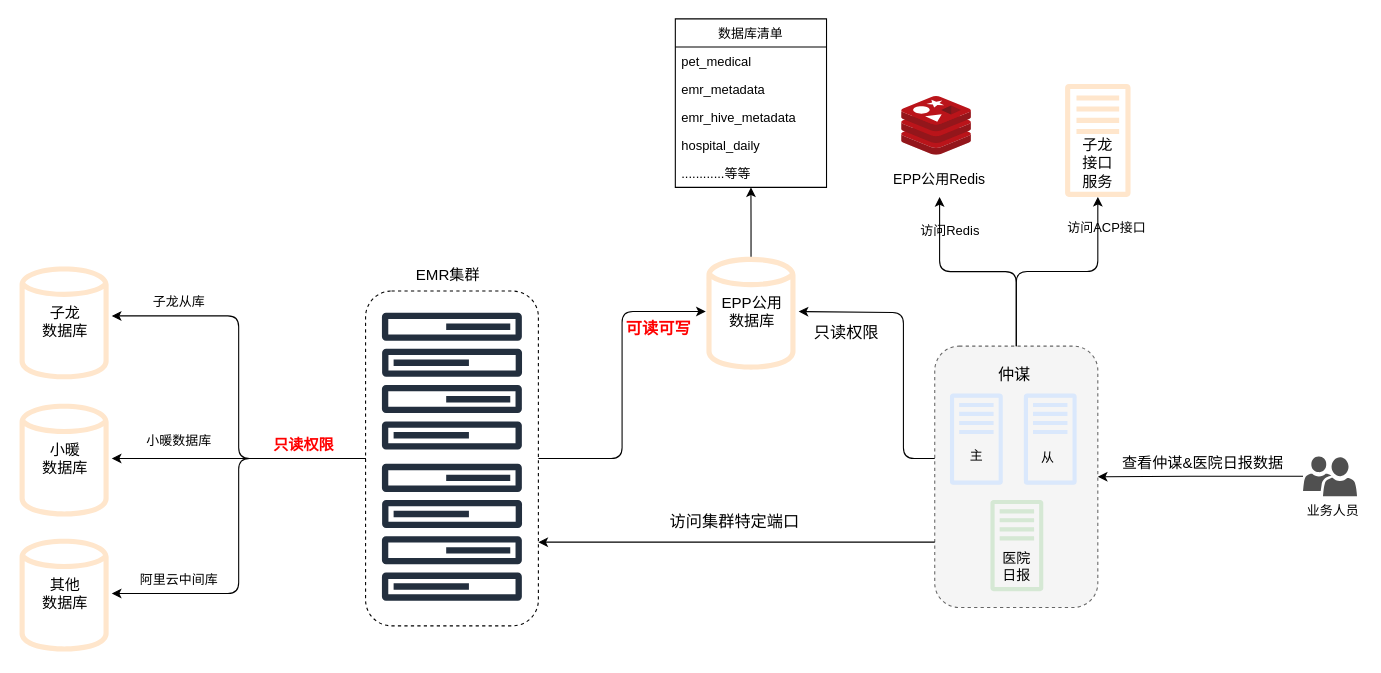
Above: pet_data_warehouse/EMR网络图.drawio in fangzheng0518/draw (draw.io), before the change. Source tidied: cells renumbered, new cells numbered last; positions are measured from the earlier drawing's top-left corner, leaving out a move shared by most shapes. Both pictures are drawn from the tidied source at 108%, with x=0, y=0 at pixel (18, 18).
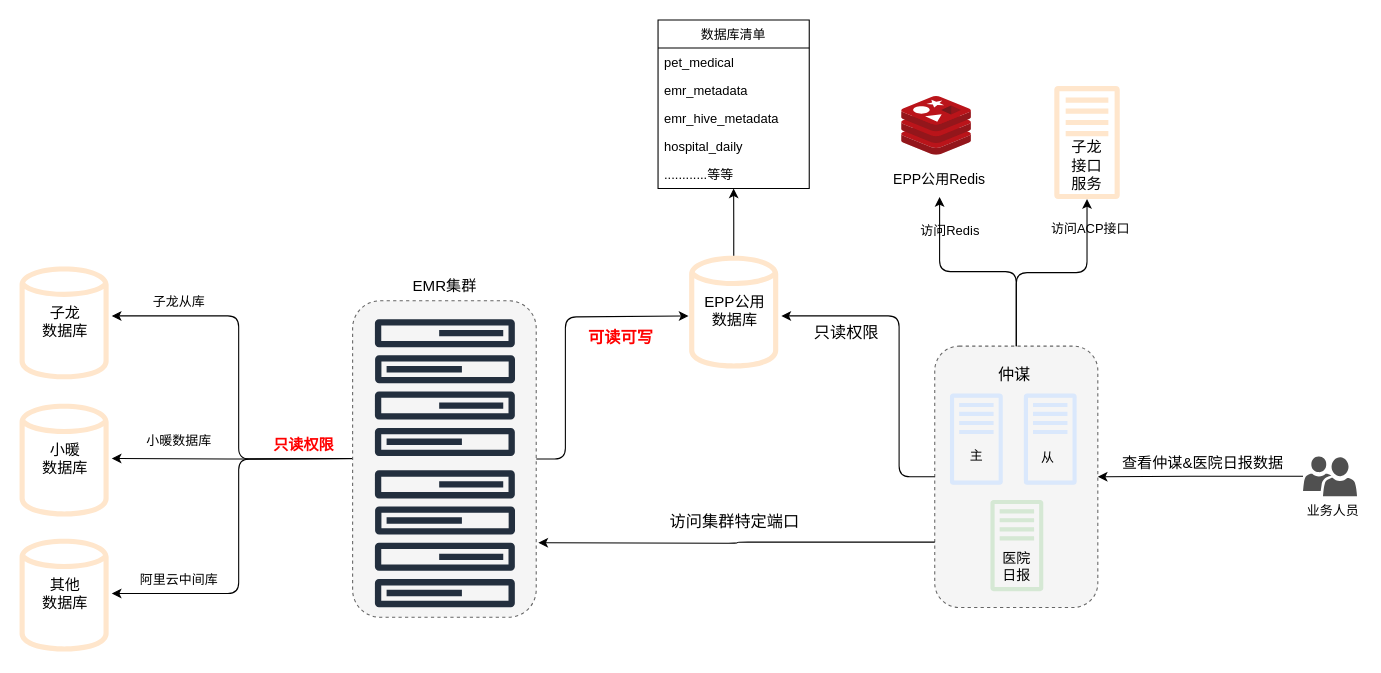
The same diagram, later.

Commit message:
更新EMR网络图.drawio

Unchanged cells that the change refers to:
```xml
<mxCell id="8" value="&lt;span style=&quot;font-size: 14px&quot;&gt;子龙&lt;br&gt;数据库&lt;/span&gt;" style="text;html=1;strokeColor=none;fillColor=none;align=center;verticalAlign=middle;whiteSpace=wrap;rounded=0;dashed=1;" parent="6" vertex="1">
  <mxGeometry y="43" width="86" height="20" as="geometry" />
</mxCell>
<mxCell id="12" value="&lt;font style=&quot;font-size: 14px&quot;&gt;小暖&lt;br&gt;数据库&lt;/font&gt;" style="text;html=1;strokeColor=none;fillColor=none;align=center;verticalAlign=middle;whiteSpace=wrap;rounded=0;dashed=1;" parent="10" vertex="1">
  <mxGeometry y="43" width="86" height="20" as="geometry" />
</mxCell>
<mxCell id="15" value="&lt;font style=&quot;font-size: 14px&quot;&gt;其他&lt;br&gt;数据库&lt;/font&gt;" style="text;html=1;strokeColor=none;fillColor=none;align=center;verticalAlign=middle;whiteSpace=wrap;rounded=0;dashed=1;" parent="13" vertex="1">
  <mxGeometry y="43" width="86" height="20" as="geometry" />
</mxCell>
<mxCell id="30" value="&lt;span style=&quot;font-size: 14px&quot;&gt;EPP公用&lt;br&gt;数据库&lt;/span&gt;" style="text;html=1;strokeColor=none;fillColor=none;align=center;verticalAlign=middle;whiteSpace=wrap;rounded=0;dashed=1;" parent="28" vertex="1">
  <mxGeometry y="43" width="86" height="20" as="geometry" />
</mxCell>
<mxCell id="33" style="rounded=1;whiteSpace=wrap;html=1;dashed=1;fillColor=#f5f5f5;strokeColor=#666666;fontColor=#333333;" parent="32" vertex="1">
  <mxGeometry width="151" height="242" as="geometry" />
</mxCell>
```

Change to the diagram source:
```diff
@@
     <mxCell id="2" style="group;" parent="1" vertex="1">
-      <mxGeometry x="956" y="60" width="86" height="105" as="geometry" />
+      <mxGeometry x="946" y="62" width="86" height="105" as="geometry" />
     </mxCell>
@@
-    <mxCell id="16" style="group;" parent="1" vertex="1">
-      <mxGeometry x="321" y="227" width="160" height="335" as="geometry" />
-    </mxCell>
-    <mxCell id="17" style="group;" parent="16" vertex="1">
-      <mxGeometry y="25" width="160" height="310" as="geometry" />
-    </mxCell>
-    <mxCell id="18" style="rounded=1;whiteSpace=wrap;html=1;dashed=1;" parent="17" vertex="1">
-      <mxGeometry width="160" height="310" as="geometry" />
-    </mxCell>
-    <mxCell id="19" style="fontColor=#232F3E;gradientColor=none;fillColor=#232F3E;strokeColor=none;dashed=0;verticalLabelPosition=bottom;verticalAlign=top;align=center;html=1;fontSize=12;fontStyle=0;shape=mxgraph.aws4.forums;" parent="17" vertex="1">
-      <mxGeometry x="15" y="20" width="130" height="126.7" as="geometry" />
-    </mxCell>
-    <mxCell id="20" style="fontColor=#232F3E;gradientColor=none;fillColor=#232F3E;strokeColor=none;dashed=0;verticalLabelPosition=bottom;verticalAlign=top;align=center;html=1;fontSize=12;fontStyle=0;shape=mxgraph.aws4.forums;" parent="17" vertex="1">
-      <mxGeometry x="15" y="160" width="130" height="126.7" as="geometry" />
-    </mxCell>
-    <mxCell id="21" value="&lt;font style=&quot;font-size: 14px&quot;&gt;EMR集群&lt;/font&gt;" style="text;html=1;strokeColor=none;fillColor=none;align=center;verticalAlign=middle;whiteSpace=wrap;rounded=0;dashed=1;" parent="16" vertex="1">
-      <mxGeometry x="42" width="69" height="20" as="geometry" />
-    </mxCell>
-    <mxCell id="22" style="edgeStyle=orthogonalEdgeStyle;rounded=1;jettySize=auto;html=1;exitX=0;exitY=0.5;exitDx=0;exitDy=0;entryX=1;entryY=0.25;entryDx=0;entryDy=0;" parent="1" edge="1" source="18" target="8">
-      <mxGeometry relative="1" as="geometry" />
+    <mxCell id="22" style="edgeStyle=orthogonalEdgeStyle;rounded=1;jettySize=auto;html=1;exitX=0;exitY=0.5;exitDx=0;exitDy=0;entryX=1;entryY=0.25;entryDx=0;entryDy=0;" parent="1" edge="1" target="8">
+      <mxGeometry relative="1" as="geometry">
+        <mxPoint x="321" y="407" as="sourcePoint" />
+      </mxGeometry>
     </mxCell>
-    <mxCell id="23" style="edgeStyle=orthogonalEdgeStyle;rounded=1;jettySize=auto;html=1;exitX=0;exitY=0.5;exitDx=0;exitDy=0;entryX=1;entryY=0.5;entryDx=0;entryDy=0;" parent="1" edge="1" source="18" target="12">
-      <mxGeometry relative="1" as="geometry" />
+    <mxCell id="23" style="edgeStyle=orthogonalEdgeStyle;rounded=1;jettySize=auto;html=1;exitX=0;exitY=0.5;exitDx=0;exitDy=0;entryX=1;entryY=0.5;entryDx=0;entryDy=0;" parent="1" edge="1" target="12">
+      <mxGeometry relative="1" as="geometry">
+        <mxPoint x="321" y="407" as="sourcePoint" />
+      </mxGeometry>
     </mxCell>
-    <mxCell id="24" style="edgeStyle=orthogonalEdgeStyle;rounded=1;jettySize=auto;html=1;exitX=0;exitY=0.5;exitDx=0;exitDy=0;entryX=1;entryY=0.5;entryDx=0;entryDy=0;" parent="1" edge="1" source="18" target="15">
-      <mxGeometry relative="1" as="geometry" />
+    <mxCell id="24" style="edgeStyle=orthogonalEdgeStyle;rounded=1;jettySize=auto;html=1;exitX=0;exitY=0.5;exitDx=0;exitDy=0;entryX=1;entryY=0.5;entryDx=0;entryDy=0;" parent="1" edge="1" target="15">
+      <mxGeometry relative="1" as="geometry">
+        <mxPoint x="321" y="407" as="sourcePoint" />
+      </mxGeometry>
     </mxCell>
@@
     <mxCell id="27" style="group;" parent="1" vertex="1">
-      <mxGeometry x="636" y="218" width="86" height="109" as="geometry" />
+      <mxGeometry x="620" y="217" width="86" height="109" as="geometry" />
     </mxCell>
@@
-    <mxCell id="31" style="edgeStyle=orthogonalEdgeStyle;rounded=1;jettySize=auto;html=1;exitX=1;exitY=0.5;exitDx=0;exitDy=0;" parent="1" edge="1" source="18" target="30">
-      <mxGeometry relative="1" as="geometry" />
-    </mxCell>
@@
     <mxCell id="47" value="&lt;font style=&quot;font-size: 15px&quot; color=&quot;#ff0000&quot;&gt;&lt;b&gt;可读可写&lt;/b&gt;&lt;/font&gt;" style="text;html=1;strokeColor=none;fillColor=none;align=center;verticalAlign=middle;whiteSpace=wrap;rounded=0;dashed=1;" parent="1" vertex="1">
-      <mxGeometry x="553" y="276" width="79" height="20" as="geometry" />
+      <mxGeometry x="518" y="285" width="79" height="20" as="geometry" />
     </mxCell>
@@
     <mxCell id="50" value="访问ACP接口" style="text;html=1;strokeColor=none;fillColor=none;align=center;verticalAlign=middle;whiteSpace=wrap;rounded=0;dashed=1;" parent="1" vertex="1">
-      <mxGeometry x="968" y="184" width="79" height="20" as="geometry" />
+      <mxGeometry x="953" y="185" width="79" height="20" as="geometry" />
     </mxCell>
@@
-    <mxCell id="52" style="edgeStyle=orthogonalEdgeStyle;rounded=1;jettySize=auto;html=1;entryX=1;entryY=0.5;entryDx=0;entryDy=0;" parent="1" edge="1" source="33" target="30">
-      <mxGeometry relative="1" as="geometry">
-        <Array as="points">
-          <mxPoint x="819" y="407" />
-          <mxPoint x="819" y="272" />
-        </Array>
-      </mxGeometry>
-    </mxCell>
@@
-    <mxCell id="54" style="edgeStyle=orthogonalEdgeStyle;rounded=1;jettySize=auto;html=1;exitX=0;exitY=0.75;exitDx=0;exitDy=0;entryX=1;entryY=0.75;entryDx=0;entryDy=0;" parent="1" edge="1" source="33" target="18">
-      <mxGeometry relative="1" as="geometry" />
+    <mxCell id="54" style="edgeStyle=orthogonalEdgeStyle;rounded=1;jettySize=auto;html=1;exitX=0;exitY=0.75;exitDx=0;exitDy=0;" parent="1" edge="1" source="33">
+      <mxGeometry relative="1" as="geometry">
+        <mxPoint x="481" y="485" as="targetPoint" />
+      </mxGeometry>
     </mxCell>
@@
     <mxCell id="57" value="数据库清单" style="swimlane;fontStyle=0;horizontal=1;startSize=26;fillColor=none;" parent="1" vertex="1">
-      <mxGeometry x="607.8" width="140" height="156" as="geometry" />
+      <mxGeometry x="591.8" y="1" width="140" height="156" as="geometry" />
     </mxCell>
@@
+    <mxCell id="70" style="group;" parent="1" vertex="1">
+      <mxGeometry x="309" y="237" width="170" height="317" as="geometry" />
+    </mxCell>
+    <mxCell id="21" value="&lt;font style=&quot;font-size: 14px&quot;&gt;EMR集群&lt;/font&gt;" style="text;html=1;strokeColor=none;fillColor=none;align=center;verticalAlign=middle;whiteSpace=wrap;rounded=0;dashed=1;" parent="70" vertex="1">
+      <mxGeometry x="50.5" width="69" height="20" as="geometry" />
+    </mxCell>
+    <mxCell id="71" style="group;" parent="70" vertex="1">
+      <mxGeometry y="24" width="170" height="293" as="geometry" />
+    </mxCell>
+    <mxCell id="72" style="rounded=1;whiteSpace=wrap;html=1;dashed=1;fillColor=#f5f5f5;strokeColor=#666666;fontColor=#333333;" parent="71" vertex="1">
+      <mxGeometry width="170" height="293" as="geometry" />
+    </mxCell>
+    <mxCell id="20" style="fontColor=#232F3E;gradientColor=none;fillColor=#232F3E;strokeColor=none;dashed=0;verticalLabelPosition=bottom;verticalAlign=top;align=center;html=1;fontSize=12;fontStyle=0;shape=mxgraph.aws4.forums;" parent="71" vertex="1">
+      <mxGeometry x="20.5" y="157" width="130" height="126.7" as="geometry" />
+    </mxCell>
+    <mxCell id="19" style="fontColor=#232F3E;gradientColor=none;fillColor=#232F3E;strokeColor=none;dashed=0;verticalLabelPosition=bottom;verticalAlign=top;align=center;html=1;fontSize=12;fontStyle=0;shape=mxgraph.aws4.forums;" parent="71" vertex="1">
+      <mxGeometry x="20.5" y="17" width="130" height="126.7" as="geometry" />
+    </mxCell>
+    <mxCell id="73" style="edgeStyle=orthogonalEdgeStyle;rounded=1;jettySize=auto;html=1;entryX=0;entryY=0.75;entryDx=0;entryDy=0;" parent="1" edge="1" source="72" target="30">
+      <mxGeometry relative="1" as="geometry">
+        <Array as="points">
+          <mxPoint x="506" y="408" />
+          <mxPoint x="506" y="276" />
+        </Array>
+      </mxGeometry>
+    </mxCell>
+    <mxCell id="52" style="edgeStyle=orthogonalEdgeStyle;rounded=1;jettySize=auto;html=1;entryX=1;entryY=0.75;entryDx=0;entryDy=0;" parent="1" edge="1" source="33" target="30">
+      <mxGeometry relative="1" as="geometry">
+        <Array as="points">
+          <mxPoint x="815" y="424" />
+          <mxPoint x="815" y="275" />
+        </Array>
+      </mxGeometry>
+    </mxCell>
```
